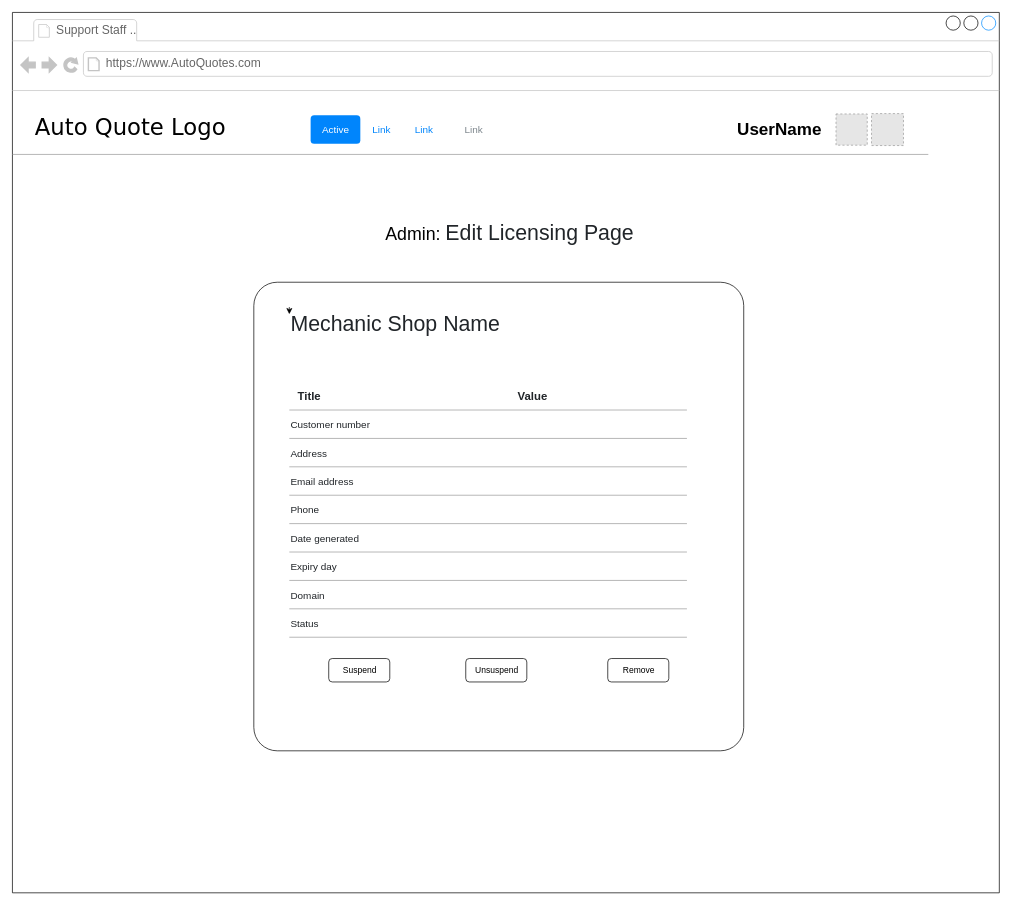
Before: page "Page-1" (1 of 2) of Wireframe_Mockups/Support/SupportStaffEditLicensingPage.drawio in Awrmani/AutoQuotes, a draw.io diagram. Source tidied: cells renumbered, new cells numbered last; positions are measured from the earlier drawing's top-left corner, leaving out a move shared by most shapes. Both pictures are drawn from the tidied source at 71%, with x=0, y=0 at pixel (12, 12). Pictures stored in the file or linked from it are replaced by grey dashed boxes.
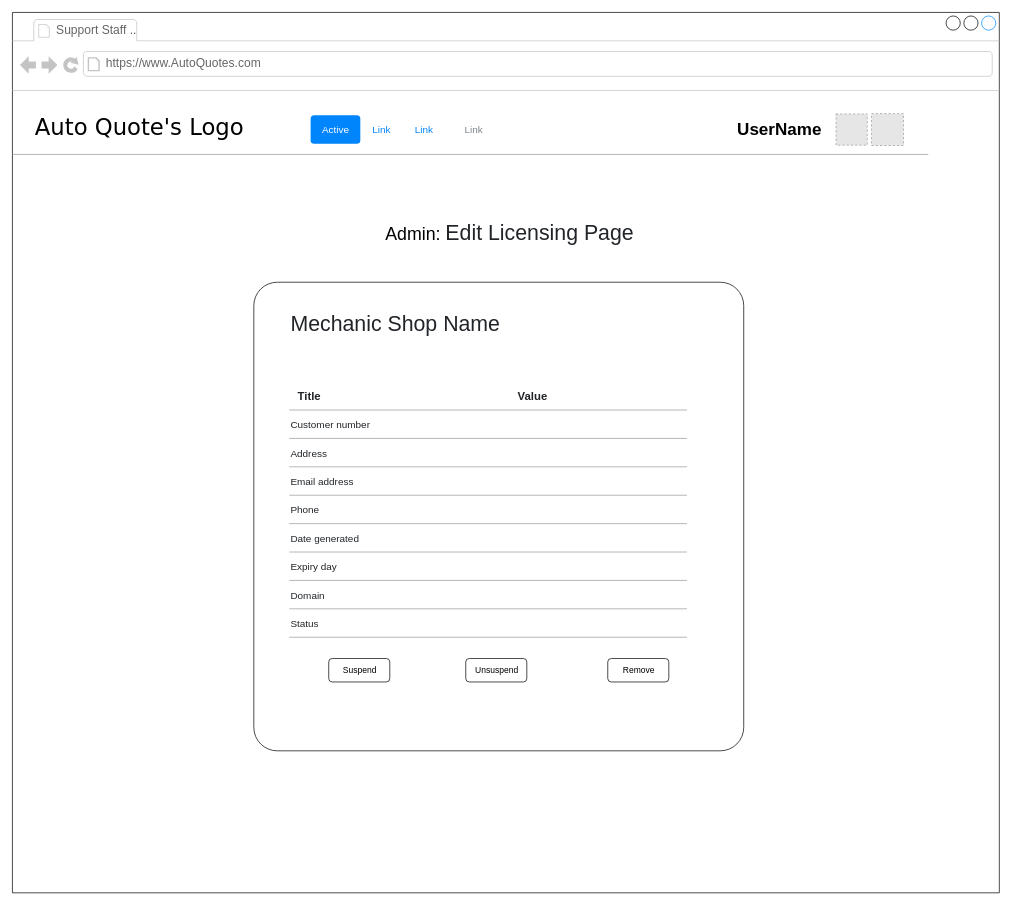
Above is the later version.

Commit message:
correct typo

Unchanged cells that the change refers to:
```xml
<mxCell id="2" style="strokeWidth=1;shadow=0;dashed=0;align=left;html=1;shape=mxgraph.mockup.containers.browserWindow;rSize=0;mainText=,;rounded=0;labelBackgroundColor=none;fontFamily=Verdana;fontSize=12;" parent="1" vertex="1">
  <mxGeometry width="1390" height="1240" as="geometry" />
</mxCell>
<mxCell id="15" style="group;" parent="2" vertex="1">
  <mxGeometry x="340" y="380" width="690" height="660" as="geometry" />
</mxCell>
<mxCell id="17" value="Mechanic Shop Name" style="fillColor=none;strokeColor=none;align=left;fontSize=30;fontColor=#212529;" parent="15" vertex="1">
  <mxGeometry x="50" y="35" width="260" height="40" as="geometry" />
</mxCell>
```

What changed in the source:
```diff
@@
-    <mxCell id="5" value="&lt;font style=&quot;font-size: 32px;&quot;&gt;Auto Quote Logo&lt;/font&gt;" style="text;html=1;align=left;verticalAlign=top;spacingTop=-4;fontSize=30;fontFamily=Verdana;" parent="2" vertex="1">
+    <mxCell id="5" value="&lt;font style=&quot;font-size: 32px;&quot;&gt;Auto Quote's Logo&lt;/font&gt;" style="text;html=1;align=left;verticalAlign=top;spacingTop=-4;fontSize=30;fontFamily=Verdana;" parent="2" vertex="1">
       <mxGeometry x="30" y="140" width="340" height="50" as="geometry" />
     </mxCell>
@@
-    <mxCell id="21" style="edgeStyle=orthogonalEdgeStyle;rounded=0;orthogonalLoop=1;jettySize=auto;html=1;exitX=0;exitY=0;exitDx=0;exitDy=0;entryX=0;entryY=0.25;entryDx=0;entryDy=0;" parent="15" edge="1" source="17" target="17">
-      <mxGeometry relative="1" as="geometry" />
-    </mxCell>
```
